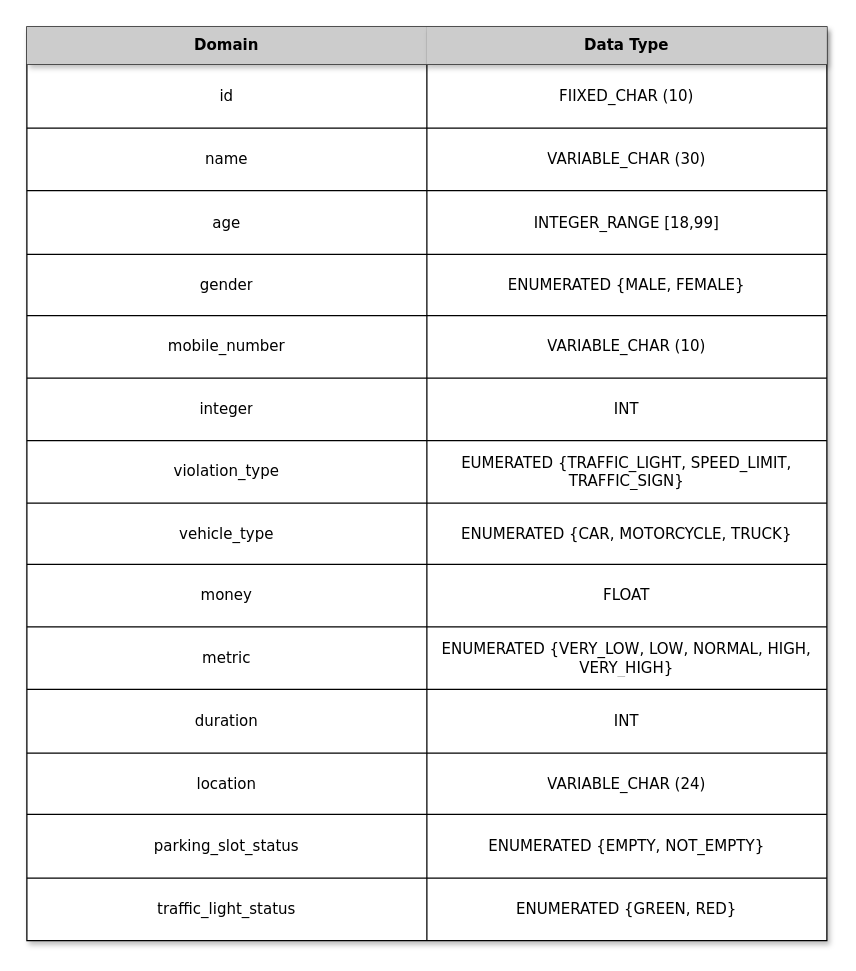
Earlier version of the draw.io diagram page "Domains" (5 of 8) of diagrams.drawio (georgegito/smart-traffic-management-db). Source tidied: cells renumbered, new cells numbered last; positions are measured from the earlier drawing's top-left corner, leaving out a move shared by most shapes. Both pictures are drawn from the tidied source at 125%, with x=0, y=0 at pixel (26, 26).
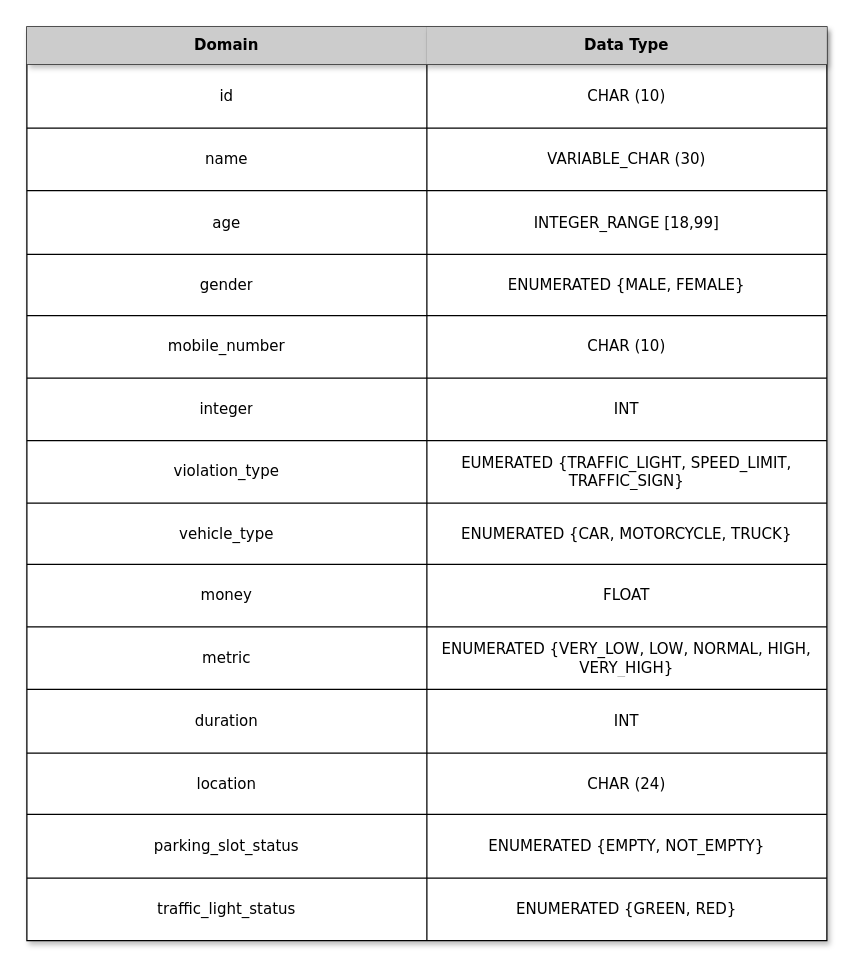
After the change.

Unchanged cells that the change refers to:
```xml
<mxCell id="6" style="shape=partialRectangle;fillColor=none;top=0;left=0;bottom=0;right=0;shadow=1;fontFamily=Verdana;" parent="2" vertex="1">
  <mxGeometry y="30" width="640" height="51" as="geometry" />
</mxCell>
<mxCell id="18" style="shape=partialRectangle;fillColor=none;top=0;left=0;bottom=0;right=0;shadow=1;fontFamily=Verdana;" parent="2" vertex="1">
  <mxGeometry y="231" width="640" height="50" as="geometry" />
</mxCell>
<mxCell id="39" style="shape=partialRectangle;fillColor=none;top=0;left=0;bottom=0;right=0;shadow=1;fontFamily=Verdana;" parent="2" vertex="1">
  <mxGeometry y="581" width="640" height="49" as="geometry" />
</mxCell>
```

The edit, as a diff of the source:
```diff
@@
-    <mxCell id="8" value="FIIXED_CHAR (10)" style="shape=partialRectangle;html=1;whiteSpace=wrap;overflow=hidden;fillColor=none;top=0;left=0;bottom=0;right=0;shadow=1;fontFamily=Verdana;" parent="6" vertex="1">
+    <mxCell id="8" value="CHAR (10)" style="shape=partialRectangle;html=1;whiteSpace=wrap;overflow=hidden;fillColor=none;top=0;left=0;bottom=0;right=0;shadow=1;fontFamily=Verdana;" parent="6" vertex="1">
       <mxGeometry x="320" width="320" height="51" as="geometry" />
     </mxCell>
@@
-    <mxCell id="20" value="VARIABLE_CHAR (10)" style="shape=partialRectangle;html=1;whiteSpace=wrap;overflow=hidden;fillColor=none;top=0;left=0;bottom=0;right=0;shadow=1;fontFamily=Verdana;" parent="18" vertex="1">
+    <mxCell id="20" value="CHAR (10)" style="shape=partialRectangle;html=1;whiteSpace=wrap;overflow=hidden;fillColor=none;top=0;left=0;bottom=0;right=0;shadow=1;fontFamily=Verdana;" parent="18" vertex="1">
       <mxGeometry x="320" width="320" height="50" as="geometry" />
     </mxCell>
@@
-    <mxCell id="41" value="VARIABLE_CHAR (24)" style="shape=partialRectangle;html=1;whiteSpace=wrap;overflow=hidden;fillColor=none;top=0;left=0;bottom=0;right=0;shadow=1;fontFamily=Verdana;" parent="39" vertex="1">
+    <mxCell id="41" value="CHAR (24)" style="shape=partialRectangle;html=1;whiteSpace=wrap;overflow=hidden;fillColor=none;top=0;left=0;bottom=0;right=0;shadow=1;fontFamily=Verdana;" parent="39" vertex="1">
       <mxGeometry x="320" width="320" height="49" as="geometry" />
     </mxCell>
```
